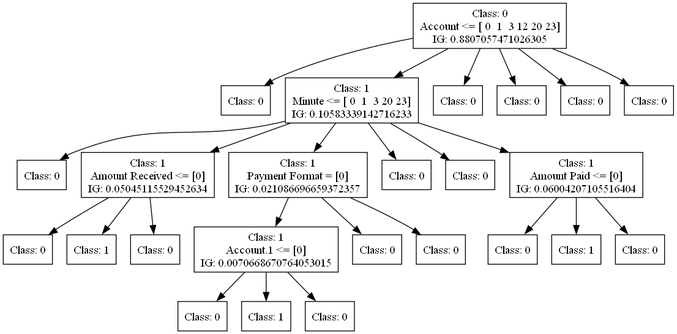
Earlier version of the Graphviz export dot_figs/tree-id3-oversampling-6.png (FedericoBruzzone/anti-money-laundering). Its source is kept beside it as dot_figs/tree-id3-oversampling-6.dot.
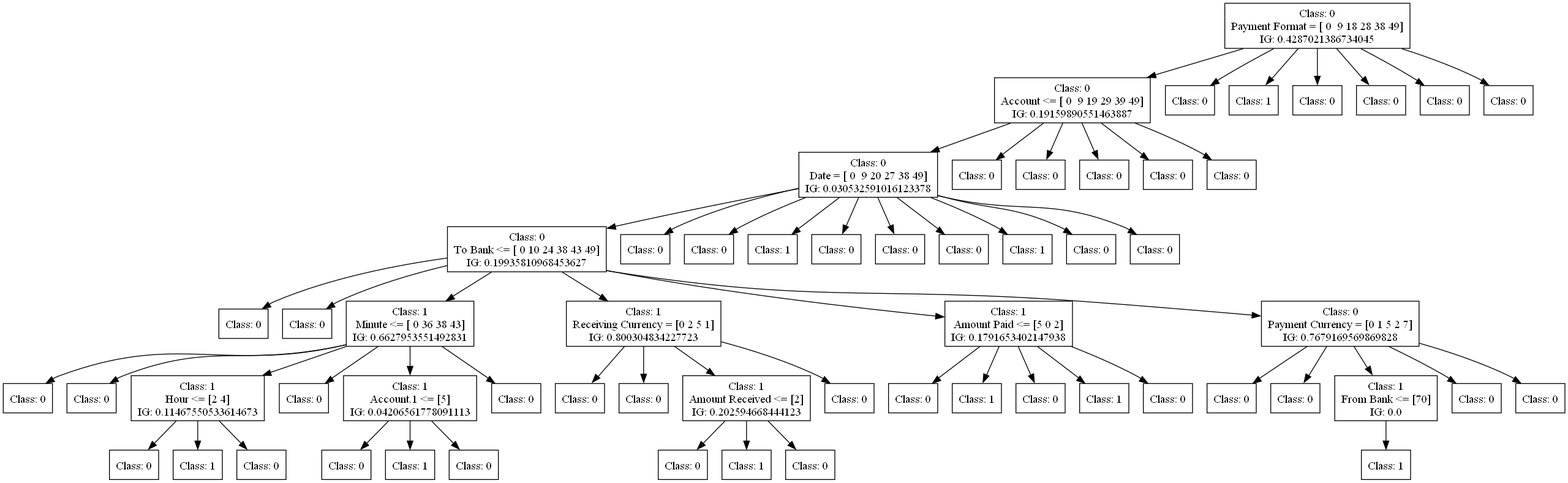
After the change.

What changed in the source:
```diff
@@ -1,84 +1,195 @@
 digraph DecisionTree {
 	rankdir=TD;
 	node [shape=box];
-	2150864728368 [label="Class: 0
-Account <= [ 0  1  3 12 20 23]
-IG: 0.8807057471026305"];
-	2151012409088 [label="Class: 0
+	1905423644176 [label="Class: 0
+Payment Format = [ 0  9 18 28 38 49]
+IG: 0.4287021386734045"];
+	1905423643120 [label="Class: 0
+Account <= [ 0  9 19 29 39 49]
+IG: 0.19159890551463887"];
+	1905423644176 -> 1905423643120;
+	1905423641632 [label="Class: 0
+Date = [ 0  9 20 27 38 49]
+IG: 0.030532591016123378"];
+	1905423643120 -> 1905423641632;
+	1905423642016 [label="Class: 0
+To Bank <= [ 0 10 24 38 43 49]
+IG: 0.19935810968453627"];
+	1905423641632 -> 1905423642016;
+	1905423641248 [label="Class: 0
 "];
-	2150864728368 -> 2151012409088;
-	2151012409520 [label="Class: 1
-Minute <= [ 0  1  3 20 23]
-IG: 0.10583339142716233"];
-	2150864728368 -> 2151012409520;
-	2151012407264 [label="Class: 0
+	1905423642016 -> 1905423641248;
+	1905423646192 [label="Class: 0
 "];
-	2151012409520 -> 2151012407264;
-	2151012412160 [label="Class: 1
-Amount Received <= [0]
-IG: 0.05045115529452634"];
-	2151012409520 -> 2151012412160;
-	2151012413120 [label="Class: 0
+	1905423642016 -> 1905423646192;
+	1905423636784 [label="Class: 1
+Minute <= [ 0 36 38 43]
+IG: 0.6627953551492831"];
+	1905423642016 -> 1905423636784;
+	1909973550464 [label="Class: 0
 "];
-	2151012412160 -> 2151012413120;
-	2151012413312 [label="Class: 1
+	1905423636784 -> 1909973550464;
+	1909973551616 [label="Class: 0
 "];
-	2151012412160 -> 2151012413312;
-	2151012407504 [label="Class: 0
+	1905423636784 -> 1909973551616;
+	1909973550560 [label="Class: 1
+Hour <= [2 4]
+IG: 0.11467550533614673"];
+	1905423636784 -> 1909973550560;
+	1909973552576 [label="Class: 0
 "];
-	2151012412160 -> 2151012407504;
-	2151012406496 [label="Class: 1
-Payment Format = [0]
-IG: 0.021086696659372357"];
-	2151012409520 -> 2151012406496;
-	2151012410288 [label="Class: 1
-Account.1 <= [0]
-IG: 0.0070668670764053015"];
-	2151012406496 -> 2151012410288;
-	2151012414128 [label="Class: 0
+	1909973550560 -> 1909973552576;
+	1909973552768 [label="Class: 1
 "];
-	2151012410288 -> 2151012414128;
-	2151012414320 [label="Class: 1
+	1909973550560 -> 1909973552768;
+	1909973552240 [label="Class: 0
 "];
-	2151012410288 -> 2151012414320;
-	2151012413840 [label="Class: 0
+	1909973550560 -> 1909973552240;
+	1909973549744 [label="Class: 0
 "];
-	2151012410288 -> 2151012413840;
-	2151012410384 [label="Class: 0
+	1905423636784 -> 1909973549744;
+	1909973550320 [label="Class: 1
+Account.1 <= [5]
+IG: 0.04206561778091113"];
+	1905423636784 -> 1909973550320;
+	1909973553344 [label="Class: 0
 "];
-	2151012406496 -> 2151012410384;
-	2151012406832 [label="Class: 0
+	1909973550320 -> 1909973553344;
+	1909973553536 [label="Class: 1
 "];
-	2151012406496 -> 2151012406832;
-	2151012405152 [label="Class: 0
+	1909973550320 -> 1909973553536;
+	1909973550080 [label="Class: 0
 "];
-	2151012409520 -> 2151012405152;
-	2151012411920 [label="Class: 0
+	1909973550320 -> 1909973550080;
+	1909973549840 [label="Class: 0
 "];
-	2151012409520 -> 2151012411920;
-	2151012404576 [label="Class: 1
-Amount Paid <= [0]
-IG: 0.06004207105516404"];
-	2151012409520 -> 2151012404576;
-	2151012414896 [label="Class: 0
+	1905423636784 -> 1909973549840;
+	1905423637264 [label="Class: 1
+Receiving Currency = [0 2 5 1]
+IG: 0.800304834227723"];
+	1905423642016 -> 1905423637264;
+	1909973553872 [label="Class: 0
 "];
-	2151012404576 -> 2151012414896;
-	2151012415088 [label="Class: 1
+	1905423637264 -> 1909973553872;
+	1909973549696 [label="Class: 0
 "];
-	2151012404576 -> 2151012415088;
-	2151012414608 [label="Class: 0
+	1905423637264 -> 1909973549696;
+	1909973549264 [label="Class: 1
+Amount Received <= [2]
+IG: 0.202594668444123"];
+	1905423637264 -> 1909973549264;
+	1909973554400 [label="Class: 0
 "];
-	2151012404576 -> 2151012414608;
-	2151012407024 [label="Class: 0
+	1909973549264 -> 1909973554400;
+	1909973554592 [label="Class: 1
 "];
-	2150864728368 -> 2151012407024;
-	2151012409280 [label="Class: 0
+	1909973549264 -> 1909973554592;
+	1909973554016 [label="Class: 0
 "];
-	2150864728368 -> 2151012409280;
-	2151012408944 [label="Class: 0
+	1909973549264 -> 1909973554016;
+	1909973553104 [label="Class: 0
 "];
-	2150864728368 -> 2151012408944;
-	2151012407696 [label="Class: 0
+	1905423637264 -> 1909973553104;
+	1905423645712 [label="Class: 1
+Amount Paid <= [5 0 2]
+IG: 0.1791653402147938"];
+	1905423642016 -> 1905423645712;
+	1909973555312 [label="Class: 0
 "];
-	2150864728368 -> 2151012407696;
+	1905423645712 -> 1909973555312;
+	1909973555024 [label="Class: 1
+"];
+	1905423645712 -> 1909973555024;
+	1909973551712 [label="Class: 0
+"];
+	1905423645712 -> 1909973551712;
+	1909973554736 [label="Class: 1
+"];
+	1905423645712 -> 1909973554736;
+	1909973554880 [label="Class: 0
+"];
+	1905423645712 -> 1909973554880;
+	1905423646480 [label="Class: 0
+Payment Currency = [0 1 5 2 7]
+IG: 0.7679169569869828"];
+	1905423642016 -> 1905423646480;
+	1909973555648 [label="Class: 0
+"];
+	1905423646480 -> 1909973555648;
+	1909973554544 [label="Class: 0
+"];
+	1905423646480 -> 1909973554544;
+	1909973552864 [label="Class: 1
+From Bank <= [70]
+IG: 0.0"];
+	1905423646480 -> 1909973552864;
+	1909973556128 [label="Class: 1
+"];
+	1909973552864 -> 1909973556128;
+	1909973549504 [label="Class: 0
+"];
+	1905423646480 -> 1909973549504;
+	1909973550176 [label="Class: 0
+"];
+	1905423646480 -> 1909973550176;
+	1905423646528 [label="Class: 0
+"];
+	1905423641632 -> 1905423646528;
+	1905423630592 [label="Class: 0
+"];
+	1905423641632 -> 1905423630592;
+	1905423643168 [label="Class: 1
+"];
+	1905423641632 -> 1905423643168;
+	1905423644848 [label="Class: 0
+"];
+	1905423641632 -> 1905423644848;
+	1905423640000 [label="Class: 0
+"];
+	1905423641632 -> 1905423640000;
+	1905423636688 [label="Class: 0
+"];
+	1905423641632 -> 1905423636688;
+	1905423646384 [label="Class: 1
+"];
+	1905423641632 -> 1905423646384;
+	1905423639328 [label="Class: 0
+"];
+	1905423641632 -> 1905423639328;
+	1905423643552 [label="Class: 0
+"];
+	1905423641632 -> 1905423643552;
+	1905423643600 [label="Class: 0
+"];
+	1905423643120 -> 1905423643600;
+	1905423646288 [label="Class: 0
+"];
+	1905423643120 -> 1905423646288;
+	1905423634240 [label="Class: 0
+"];
+	1905423643120 -> 1905423634240;
+	1905423644608 [label="Class: 0
+"];
+	1905423643120 -> 1905423644608;
+	1905423639952 [label="Class: 0
+"];
+	1905423643120 -> 1905423639952;
+	1905423646240 [label="Class: 0
+"];
+	1905423644176 -> 1905423646240;
+	1905423645808 [label="Class: 1
+"];
+	1905423644176 -> 1905423645808;
+	1905423640624 [label="Class: 0
+"];
+	1905423644176 -> 1905423640624;
+	1905423642640 [label="Class: 0
+"];
+	1905423644176 -> 1905423642640;
+	1905423642592 [label="Class: 0
+"];
+	1905423644176 -> 1905423642592;
+	1905423641392 [label="Class: 0
+"];
+	1905423644176 -> 1905423641392;
 }
```
